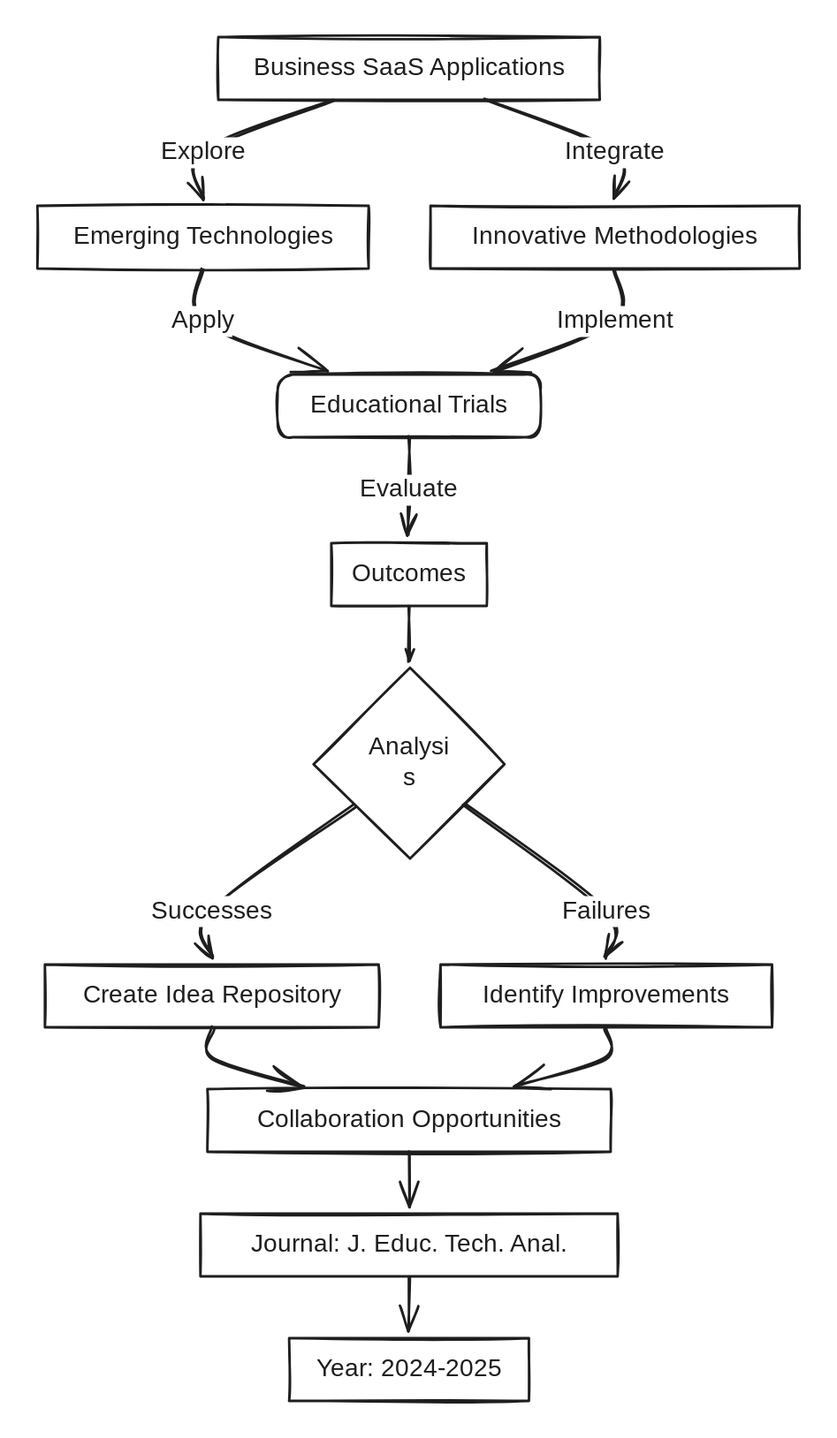
This is .gitbook/assets/file.excalidraw (4).svg from ali3n0i/AltruisticXAI, a Excalidraw export, as it was before one commit. Source tidied: one line per element, renumbered; positions are measured from the earlier drawing's top-left corner, leaving out a move shared by most shapes.
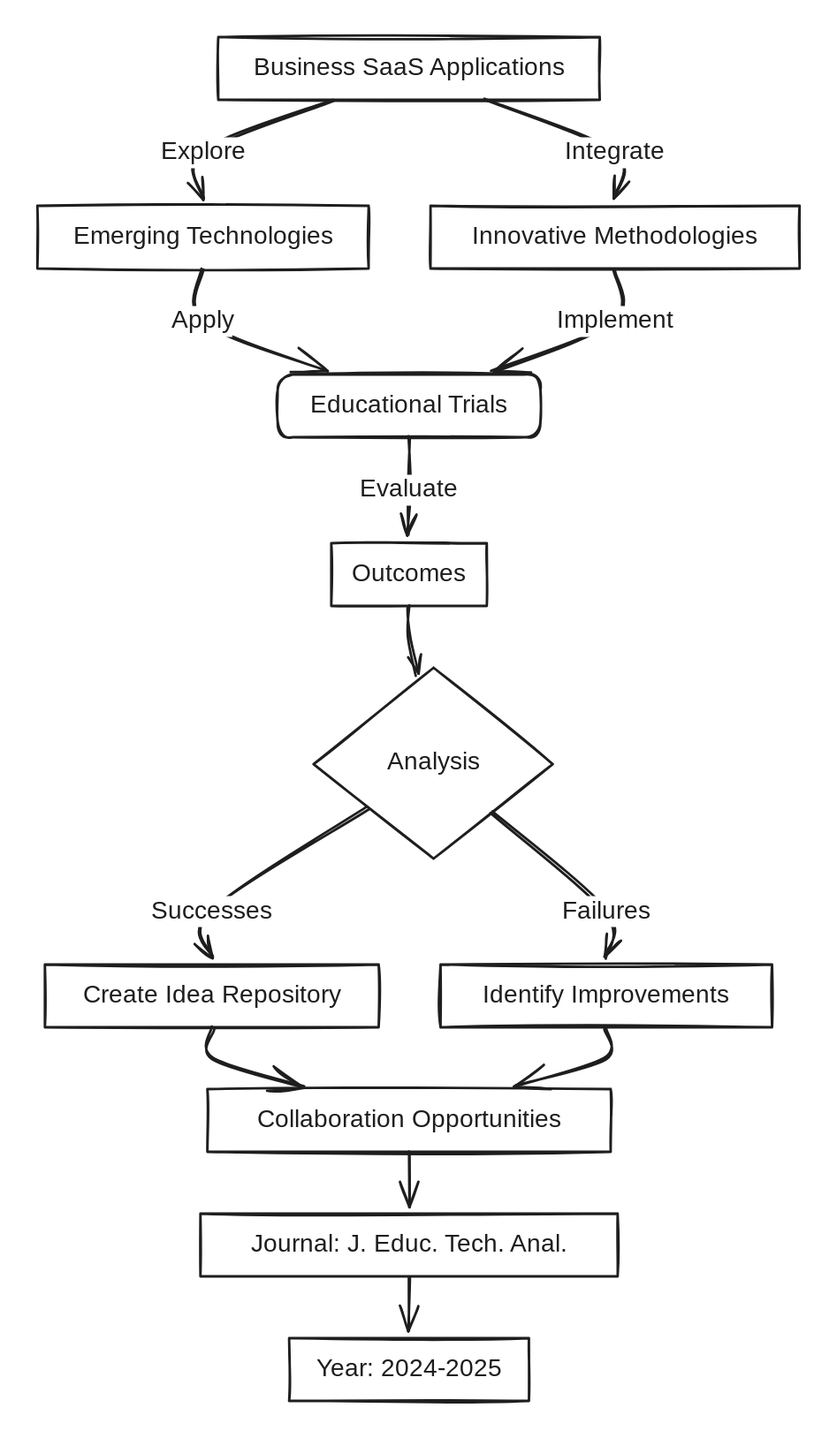
After the change.

Diff of the diagram source:
```diff
@@ -3,7 +3,7 @@
 {"id": 2, "type": "rectangle", "strokeColor": "#1e1e1e", "strokeWidth": 2, "roughness": 1, "x": 318, "y": 136, "width": 298, "height": 51}
 {"id": 3, "type": "rectangle", "strokeColor": "#1e1e1e", "strokeWidth": 2, "roughness": 1, "round": true, "x": 194, "y": 273, "width": 212, "height": 51}
 {"id": 4, "type": "rectangle", "strokeColor": "#1e1e1e", "strokeWidth": 2, "roughness": 1, "x": 238, "y": 409, "width": 126, "height": 51}
-{"id": 5, "type": "diamond", "strokeColor": "#1e1e1e", "strokeWidth": 2, "roughness": 1, "x": 223, "y": 510, "width": 154, "height": 154}
+{"id": 5, "type": "diamond", "strokeColor": "#1e1e1e", "strokeWidth": 2, "roughness": 1, "x": 223, "y": 510, "width": 193, "height": 154}
 {"id": 6, "type": "rectangle", "strokeColor": "#1e1e1e", "strokeWidth": 2, "roughness": 1, "x": 6, "y": 750, "width": 270, "height": 51}
 {"id": 7, "type": "rectangle", "strokeColor": "#1e1e1e", "strokeWidth": 2, "roughness": 1, "x": 326, "y": 750, "width": 268, "height": 51}
 {"id": 8, "type": "rectangle", "strokeColor": "#1e1e1e", "strokeWidth": 2, "roughness": 1, "x": 137, "y": 851, "width": 326, "height": 51}
@@ -14,9 +14,9 @@
 {"id": 13, "type": "arrow", "strokeColor": "#1e1e1e", "strokeWidth": 2, "roughness": 1, "endArrowhead": "arrow", "round": true, "from": 1, "to": 3, "x": 134, "y": 188, "width": 100, "height": 84, "points": [[0, 0], [0, 42], [99, 83]]}
 {"id": 14, "type": "arrow", "strokeColor": "#1e1e1e", "strokeWidth": 2, "roughness": 1, "endArrowhead": "arrow", "round": true, "from": 2, "to": 3, "x": 466, "y": 188, "width": 100, "height": 84, "points": [[0, 0], [0, 42], [-99, 83]]}
 {"id": 15, "type": "arrow", "strokeColor": "#1e1e1e", "strokeWidth": 2, "roughness": 1, "endArrowhead": "arrow", "round": true, "from": 3, "to": 4, "x": 300, "y": 324, "width": 0, "height": 80, "points": [[0, 0], [0, 42], [0, 79]]}
-{"id": 16, "type": "arrow", "strokeColor": "#1e1e1e", "strokeWidth": 2, "roughness": 1, "endArrowhead": "arrow", "round": true, "from": 4, "to": 5, "x": 301, "y": 461, "width": 0, "height": 45, "points": [[0, 0], [0, 24], [-1, 44]]}
+{"id": 16, "type": "arrow", "strokeColor": "#1e1e1e", "strokeWidth": 2, "roughness": 1, "endArrowhead": "arrow", "round": true, "from": 4, "to": 5, "x": 301, "y": 461, "width": 7, "height": 55, "points": [[0, 0], [0, 24], [6, 55]]}
-{"id": 17, "type": "arrow", "strokeColor": "#1e1e1e", "strokeWidth": 2, "roughness": 1, "endArrowhead": "arrow", "round": true, "from": 5, "to": 6, "x": 257, "y": 621, "width": 116, "height": 124, "points": [[0, 0], [-116, 86], [-116, 123]]}
+{"id": 17, "type": "arrow", "strokeColor": "#1e1e1e", "strokeWidth": 2, "roughness": 1, "endArrowhead": "arrow", "round": true, "from": 5, "to": 6, "x": 267, "y": 623, "width": 126, "height": 121, "points": [[0, 0], [-126, 84], [-126, 121]]}
-{"id": 18, "type": "arrow", "strokeColor": "#1e1e1e", "strokeWidth": 2, "roughness": 1, "endArrowhead": "arrow", "round": true, "from": 5, "to": 7, "x": 345, "y": 621, "width": 115, "height": 124, "points": [[0, 0], [115, 86], [115, 123]]}
+{"id": 18, "type": "arrow", "strokeColor": "#1e1e1e", "strokeWidth": 2, "roughness": 1, "endArrowhead": "arrow", "round": true, "from": 5, "to": 7, "x": 367, "y": 628, "width": 93, "height": 116, "points": [[0, 0], [93, 79], [93, 116]]}
 {"id": 19, "type": "arrow", "strokeColor": "#1e1e1e", "strokeWidth": 2, "roughness": 1, "endArrowhead": "arrow", "round": true, "from": 6, "to": 8, "x": 141, "y": 801, "width": 74, "height": 48, "points": [[0, 0], [0, 24], [73, 47]]}
 {"id": 20, "type": "arrow", "strokeColor": "#1e1e1e", "strokeWidth": 2, "roughness": 1, "endArrowhead": "arrow", "round": true, "from": 7, "to": 8, "x": 459, "y": 801, "width": 74, "height": 48, "points": [[0, 0], [0, 24], [-73, 47]]}
 {"id": 21, "type": "arrow", "strokeColor": "#1e1e1e", "strokeWidth": 2, "roughness": 1, "endArrowhead": "arrow", "round": true, "from": 8, "to": 9, "x": 300, "y": 902, "width": 0, "height": 45, "points": [[0, 0], [0, 44]]}
@@ -26,7 +26,7 @@
 {"id": 25, "type": "text", "text": "Innovative Methodologies", "strokeColor": "#1e1e1e", "strokeWidth": 2, "roughness": 1, "fontSize": 20, "fontFamily": 1, "textAlign": "center", "verticalAlign": "middle", "inside": 2, "x": 344, "y": 149, "width": 245, "height": 25}
 {"id": 26, "type": "text", "text": "Educational Trials", "strokeColor": "#1e1e1e", "strokeWidth": 2, "roughness": 1, "fontSize": 20, "fontFamily": 1, "textAlign": "center", "verticalAlign": "middle", "inside": 3, "x": 209, "y": 286, "width": 183, "height": 25}
 {"id": 27, "type": "text", "text": "Outcomes", "strokeColor": "#1e1e1e", "strokeWidth": 2, "roughness": 1, "fontSize": 20, "fontFamily": 1, "textAlign": "center", "verticalAlign": "middle", "inside": 4, "x": 254, "y": 422, "width": 93, "height": 25}
-{"id": 28, "type": "text", "text": "Analysi\ns", "strokeColor": "#1e1e1e", "strokeWidth": 2, "roughness": 1, "fontSize": 20, "fontFamily": 1, "textAlign": "center", "verticalAlign": "middle", "inside": 5, "x": 267, "y": 562, "width": 66, "height": 50}
+{"id": 28, "type": "text", "text": "Analysis", "strokeColor": "#1e1e1e", "strokeWidth": 2, "roughness": 1, "fontSize": 20, "fontFamily": 1, "textAlign": "center", "verticalAlign": "middle", "inside": 5, "x": 282, "y": 575, "width": 77, "height": 25}
 {"id": 29, "type": "text", "text": "Create Idea Repository", "strokeColor": "#1e1e1e", "strokeWidth": 2, "roughness": 1, "fontSize": 20, "fontFamily": 1, "textAlign": "center", "verticalAlign": "middle", "inside": 6, "x": 23, "y": 763, "width": 236, "height": 25}
 {"id": 30, "type": "text", "text": "Identify Improvements", "strokeColor": "#1e1e1e", "strokeWidth": 2, "roughness": 1, "fontSize": 20, "fontFamily": 1, "textAlign": "center", "verticalAlign": "middle", "inside": 7, "x": 351, "y": 763, "width": 217, "height": 25}
 {"id": 31, "type": "text", "text": "Collaboration Opportunities", "strokeColor": "#1e1e1e", "strokeWidth": 2, "roughness": 1, "fontSize": 20, "fontFamily": 1, "textAlign": "center", "verticalAlign": "middle", "inside": 8, "x": 168, "y": 864, "width": 265, "height": 25}
```
